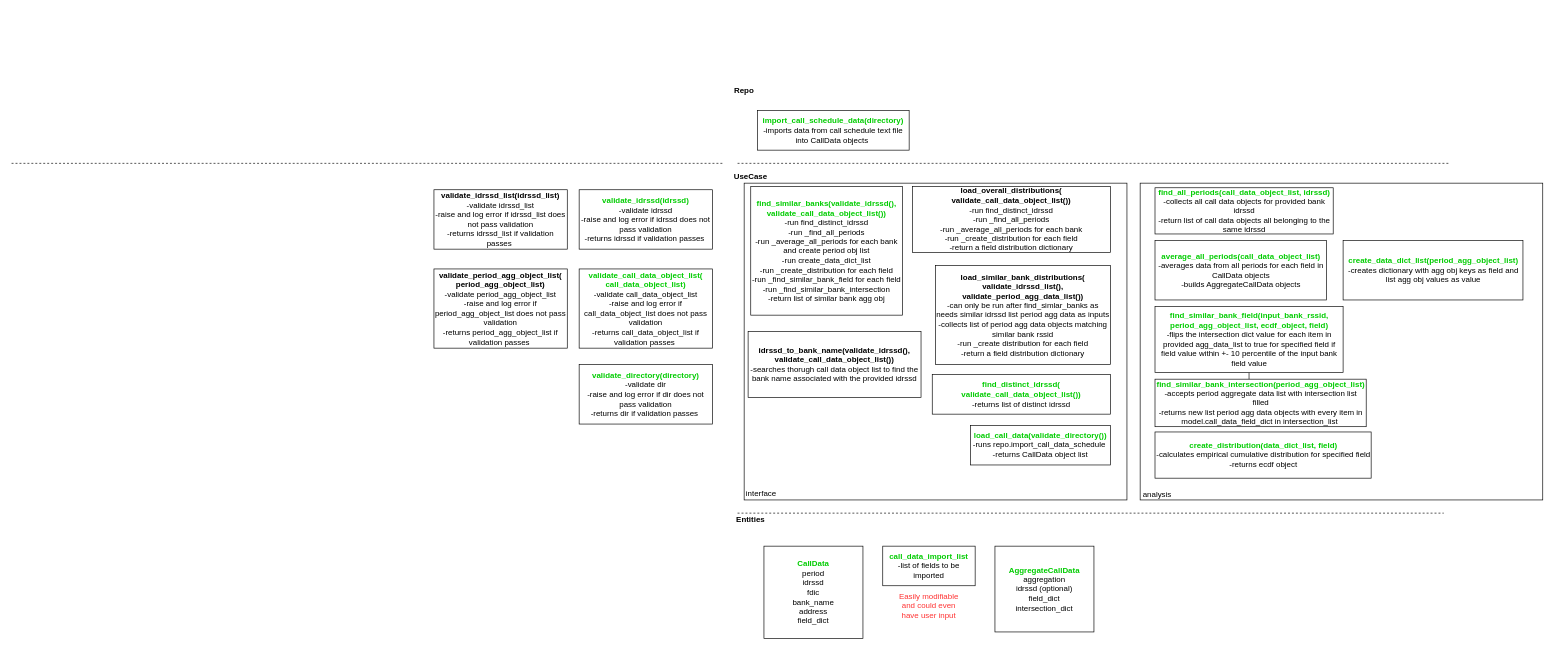
Above: page "architecture" (1 of 5) of architecture/bank_like_x_architecture.drawio in JasonBrauer/banklikex (draw.io), before the change. Source tidied: cells renumbered, new cells numbered last; positions are measured from the earlier drawing's top-left corner, leaving out a move shared by most shapes. Both pictures are drawn from the tidied source at 66%, with x=0, y=0 at pixel (11, 84).
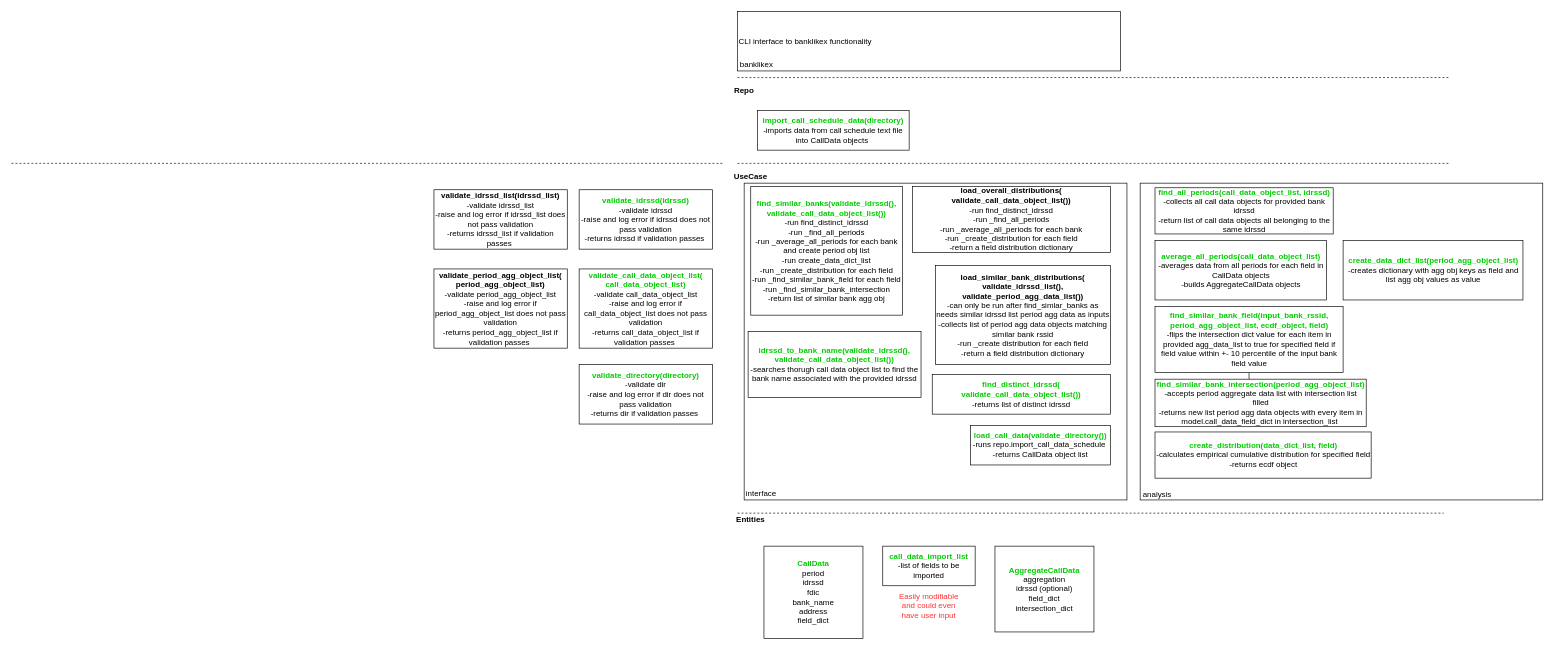
After the change.

Change to the diagram source:
```diff
@@
-    <mxCell id="25" value="&lt;b&gt;idrssd_to_bank_name(validate_idrssd(), validate_call_data_object_list())&lt;/b&gt;&lt;br&gt;-searches thorugh call data object list to find the bank name associated with the provided idrssd" style="rounded=0;whiteSpace=wrap;html=1;" parent="1" vertex="1">
+    <mxCell id="25" value="&lt;b&gt;&lt;font color=&quot;#00cc00&quot;&gt;idrssd_to_bank_name(validate_idrssd(), validate_call_data_object_list())&lt;/font&gt;&lt;/b&gt;&lt;br&gt;-searches thorugh call data object list to find the bank name associated with the provided idrssd" style="rounded=0;whiteSpace=wrap;html=1;" parent="1" vertex="1">
       <mxGeometry x="1116" y="375" width="262" height="100" as="geometry" />
     </mxCell>
@@
+    <mxCell id="35" style="endArrow=none;dashed=1;html=1;" parent="1" edge="1">
+      <mxGeometry relative="1" as="geometry">
+        <mxPoint x="1100" y="-10" as="sourcePoint" />
+        <mxPoint x="2180" y="-10" as="targetPoint" />
+      </mxGeometry>
+    </mxCell>
+    <mxCell id="36" value="CLI interface to banklikex functionality" style="rounded=0;whiteSpace=wrap;html=1;align=left;" parent="1" vertex="1">
+      <mxGeometry x="1100" y="-110" width="580" height="90" as="geometry" />
+    </mxCell>
+    <mxCell id="37" value="banklikex" style="text;html=1;strokeColor=none;fillColor=none;align=center;verticalAlign=middle;whiteSpace=wrap;rounded=0;" parent="1" vertex="1">
+      <mxGeometry x="1104" y="-40" width="50" height="20" as="geometry" />
+    </mxCell>
```
